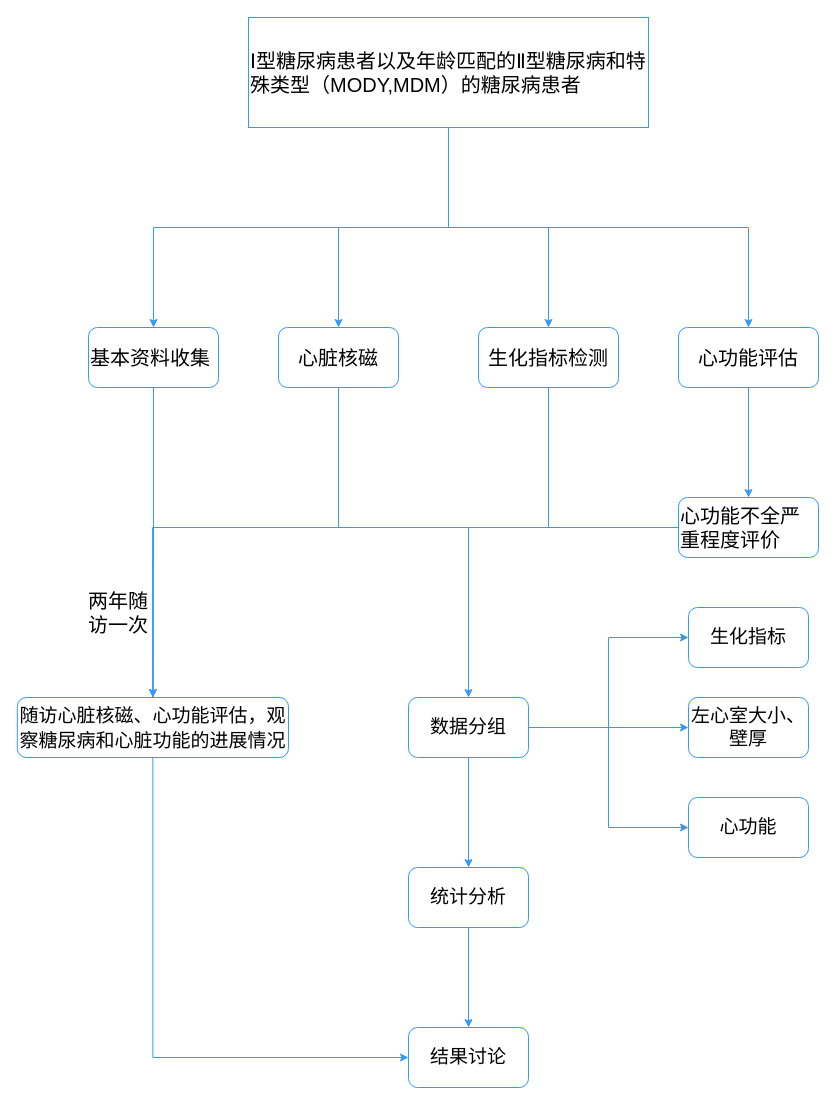
Above: page "第 2 页" (2 of 2) of DCM.drawio in brookicv/GolombCode (draw.io), before the change. Source tidied: cells renumbered, new cells numbered last; positions are measured from the earlier drawing's top-left corner, leaving out a move shared by most shapes. Both pictures are drawn from the tidied source at 100%, with x=0, y=0 at pixel (17, 17).
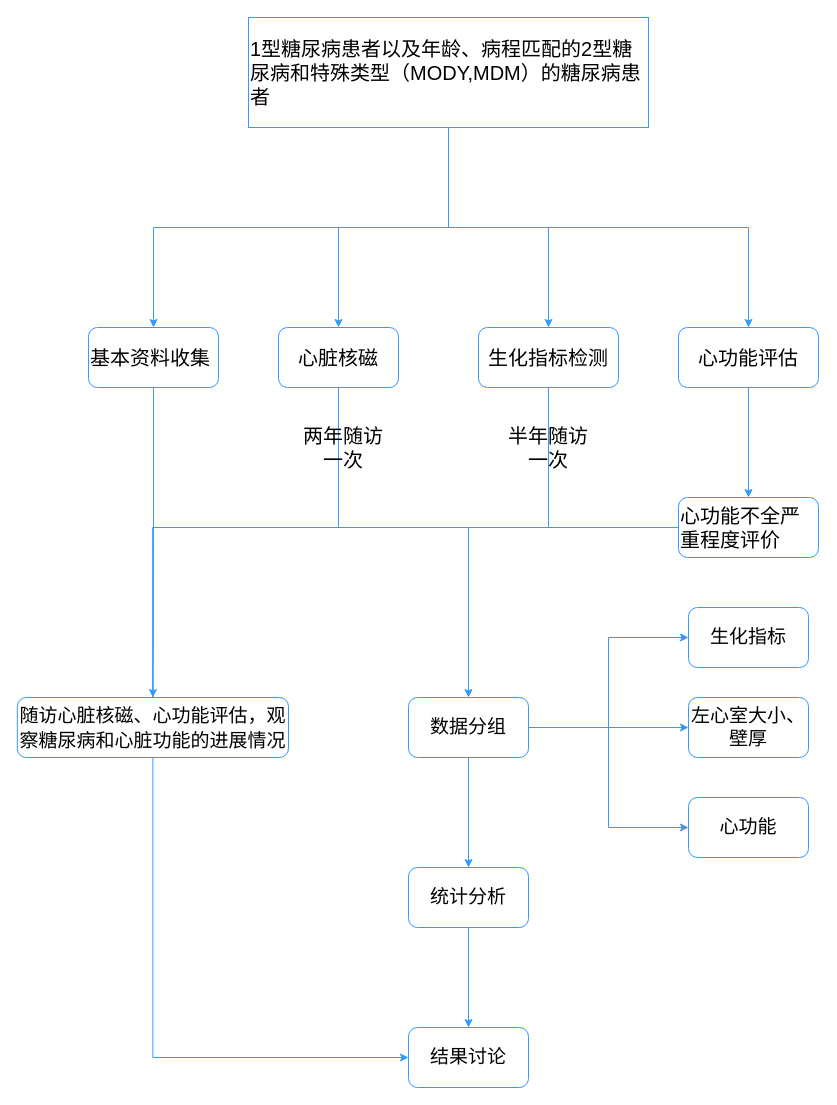
After the change.

The change refers to these unchanged cells:
```xml
<mxCell id="10" value="生化指标检测" style="rounded=1;whiteSpace=wrap;html=1;fontSize=20;strokeColor=#3399FF;" parent="1" vertex="1">
  <mxGeometry x="461" y="310" width="140" height="60" as="geometry" />
</mxCell>
<mxCell id="18" value="&lt;font style=&quot;font-size: 19px&quot;&gt;随访心脏核磁、心功能评估，观察糖尿病和心脏功能的进展情况&lt;/font&gt;" style="rounded=1;whiteSpace=wrap;html=1;fontSize=20;strokeColor=#3399FF;" parent="1" vertex="1">
  <mxGeometry x="-0.2" y="680" width="271.2" height="60" as="geometry" />
</mxCell>
```

Change to the diagram source:
```diff
@@
-    <mxCell id="6" value="&lt;font style=&quot;font-size: 20px&quot;&gt;Ⅰ型糖尿病患者以及年龄匹配的Ⅱ型糖尿病和特殊类型（MODY,MDM）的糖尿病患者&lt;/font&gt;" style="rounded=0;whiteSpace=wrap;html=1;strokeColor=#3399FF;align=left;" parent="1" vertex="1">
+    <mxCell id="6" value="&lt;font style=&quot;font-size: 20px&quot;&gt;1型糖尿病患者以及年龄、病程匹配的2型糖尿病和特殊类型（MODY,MDM）的糖尿病患者&lt;/font&gt;" style="rounded=0;whiteSpace=wrap;html=1;strokeColor=#3399FF;align=left;" parent="1" vertex="1">
       <mxGeometry x="231" width="400" height="110" as="geometry" />
     </mxCell>
@@
-    <mxCell id="9" style="edgeStyle=orthogonalEdgeStyle;rounded=0;jettySize=auto;html=1;exitX=0.5;exitY=1;exitDx=0;exitDy=0;entryX=0.5;entryY=0;entryDx=0;entryDy=0;fontSize=20;endArrow=classic;endFill=1;strokeColor=#3399FF;" parent="1" edge="1" source="10" target="18">
-      <mxGeometry relative="1" as="geometry">
-        <Array as="points">
-          <mxPoint x="531" y="510" />
-          <mxPoint x="136" y="510" />
-        </Array>
-      </mxGeometry>
-    </mxCell>
@@
     <mxCell id="19" value="两年随访一次" style="text;html=1;strokeColor=none;fillColor=none;align=center;verticalAlign=middle;whiteSpace=wrap;rounded=0;fontSize=20;" parent="1" vertex="1">
-      <mxGeometry x="61" y="580" width="80" height="30" as="geometry" />
+      <mxGeometry x="281" y="415" width="90" height="30" as="geometry" />
     </mxCell>
@@
+    <mxCell id="32" style="endArrow=none;html=1;rounded=0;entryX=0.5;entryY=1;entryDx=0;entryDy=0;strokeColor=#3399FF;" parent="1" edge="1" target="10">
+      <mxGeometry relative="1" as="geometry">
+        <mxPoint x="531" y="510" as="sourcePoint" />
+      </mxGeometry>
+    </mxCell>
+    <mxCell id="33" value="&lt;font style=&quot;font-size: 20px&quot;&gt;半年随访一次&lt;/font&gt;" style="text;html=1;strokeColor=none;fillColor=none;align=center;verticalAlign=middle;whiteSpace=wrap;rounded=0;" parent="1" vertex="1">
+      <mxGeometry x="486" y="415" width="90" height="30" as="geometry" />
+    </mxCell>
```
